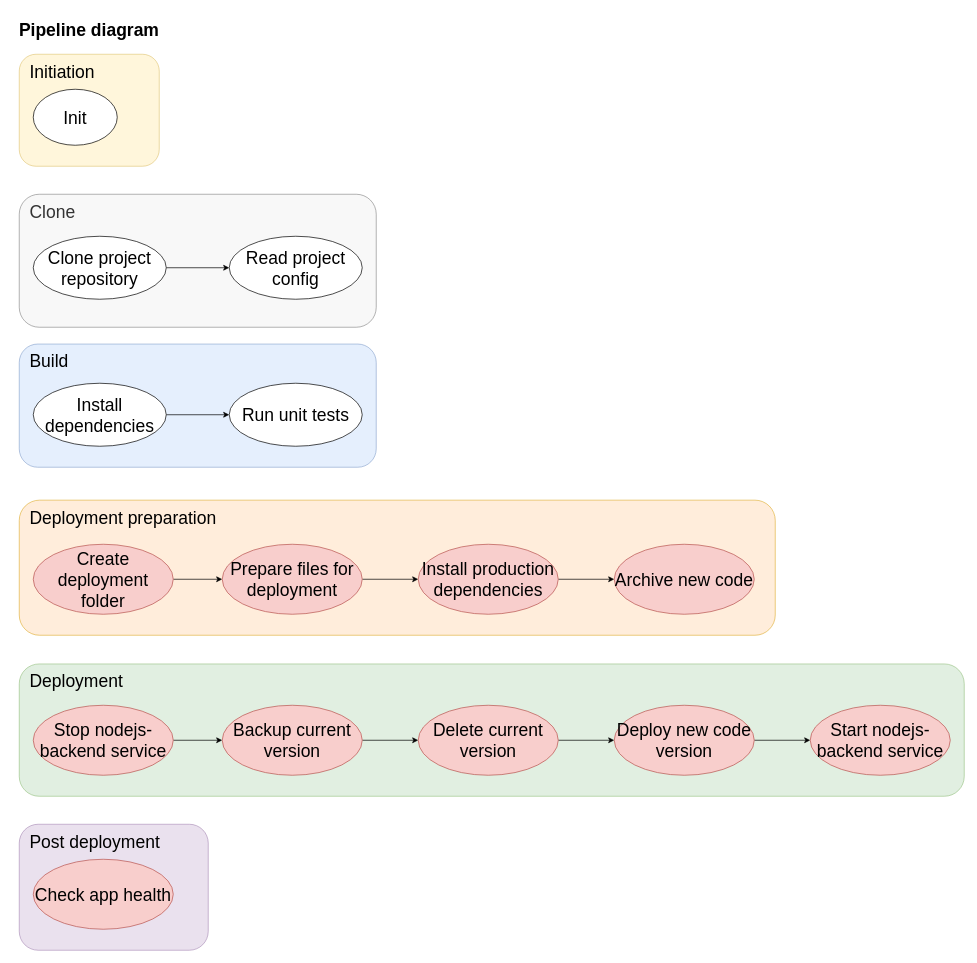
Earlier version of the draw.io diagram diagrams/pipeline-diagram.drawio (DomnMihai/jenkins-pipeline-tutorial__configuration). Source tidied: cells renumbered, new cells numbered last; positions are measured from the earlier drawing's top-left corner, leaving out a move shared by most shapes. Both pictures are drawn from the tidied source at 70%, with x=0, y=0 at pixel (12, 12).
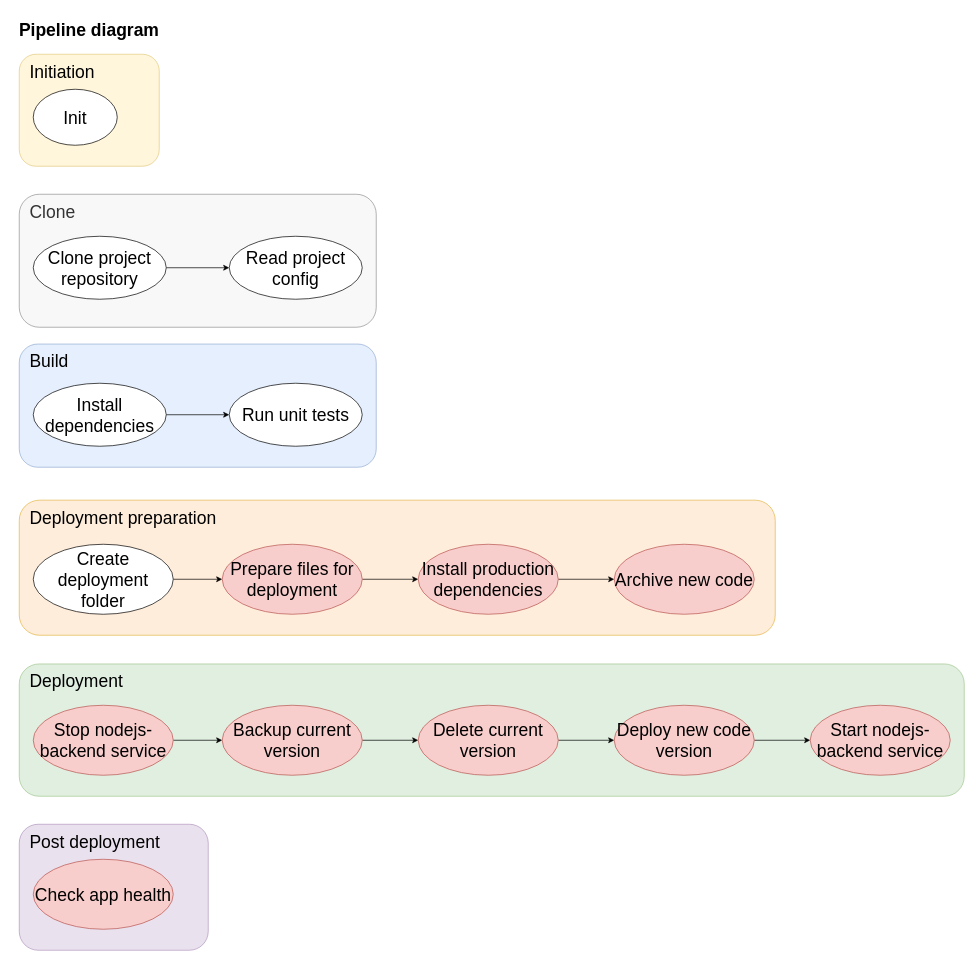
The same diagram, later.

Commit message:
Updated diagram Create deployment folder

Diff of the diagram source:
```diff
@@
-    <mxCell id="17" value="Create deployment folder" style="ellipse;whiteSpace=wrap;html=1;fontSize=25;fillColor=#f8cecc;strokeColor=#b85450;" parent="1" vertex="1">
+    <mxCell id="17" value="Create deployment folder" style="ellipse;whiteSpace=wrap;html=1;fontSize=25;" parent="1" vertex="1">
       <mxGeometry x="30" y="760" width="200" height="100" as="geometry" />
     </mxCell>
```
